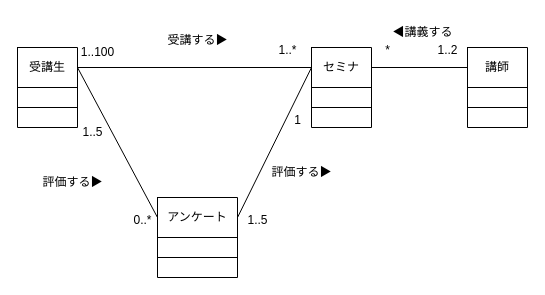
This is Lesson05/Lesson5-4.drawio from ucsaeki/UML_chonyumon, a draw.io file, before an edit. Source tidied: cells renumbered, new cells numbered last; positions are measured from the earlier drawing's top-left corner, leaving out a move shared by most shapes. Both pictures are drawn from the tidied source at 100%, with x=0, y=0 at pixel (17, 17).
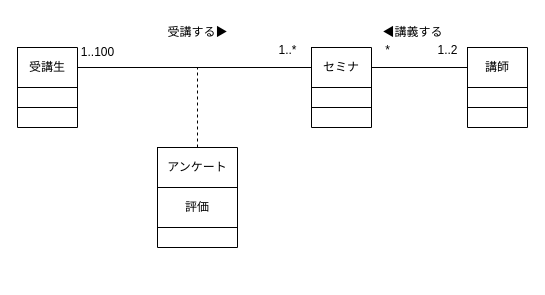
The same page after the edit.

Unchanged cells that the change refers to:
```xml
<mxCell id="3" style="shape=tableRow;horizontal=0;startSize=0;swimlaneHead=0;swimlaneBody=0;strokeColor=inherit;top=0;left=0;bottom=0;right=0;fillColor=none;points=[[0,0.5],[1,0.5]];portConstraint=eastwest;" parent="2" vertex="1">
  <mxGeometry width="60" height="40" as="geometry" />
</mxCell>
<mxCell id="10" style="shape=tableRow;horizontal=0;startSize=0;swimlaneHead=0;swimlaneBody=0;strokeColor=inherit;top=0;left=0;bottom=0;right=0;fillColor=none;points=[[0,0.5],[1,0.5]];portConstraint=eastwest;" parent="9" vertex="1">
  <mxGeometry width="60" height="40" as="geometry" />
</mxCell>
<mxCell id="24" style="shape=tableRow;horizontal=0;startSize=0;swimlaneHead=0;swimlaneBody=0;strokeColor=inherit;top=0;left=0;bottom=0;right=0;fillColor=none;points=[[0,0.5],[1,0.5]];portConstraint=eastwest;" parent="23" vertex="1">
  <mxGeometry width="80" height="40" as="geometry" />
</mxCell>
```

The edit, as a diff of the source:
```diff
@@
     <mxCell id="23" style="shape=table;startSize=0;childLayout=tableLayout;" parent="1" vertex="1">
-      <mxGeometry x="140" y="180" width="80" height="80" as="geometry" />
+      <mxGeometry x="140" y="130" width="80" height="100" as="geometry" />
     </mxCell>
@@
     <mxCell id="26" style="shape=tableRow;horizontal=0;startSize=0;swimlaneHead=0;swimlaneBody=0;strokeColor=inherit;top=0;left=0;bottom=0;right=0;fillColor=none;" parent="23" vertex="1">
-      <mxGeometry y="40" width="80" height="20" as="geometry" />
+      <mxGeometry y="40" width="80" height="40" as="geometry" />
     </mxCell>
-    <mxCell id="27" style="shape=partialRectangle;html=1;whiteSpace=wrap;strokeColor=inherit;overflow=hidden;fillColor=none;top=0;left=0;bottom=0;right=0;" parent="26" vertex="1">
-      <mxGeometry width="80" height="20" as="geometry" />
+    <mxCell id="27" value="評価" style="shape=partialRectangle;html=1;whiteSpace=wrap;strokeColor=inherit;overflow=hidden;fillColor=none;top=0;left=0;bottom=0;right=0;" parent="26" vertex="1">
+      <mxGeometry width="80" height="40" as="geometry" />
     </mxCell>
     <mxCell id="28" style="shape=tableRow;horizontal=0;startSize=0;swimlaneHead=0;swimlaneBody=0;strokeColor=inherit;top=0;left=0;bottom=0;right=0;fillColor=none;" parent="23" vertex="1">
-      <mxGeometry y="60" width="80" height="20" as="geometry" />
+      <mxGeometry y="80" width="80" height="20" as="geometry" />
     </mxCell>
@@
-    <mxCell id="32" style="rounded=0;jettySize=auto;html=1;exitX=1;exitY=0.5;exitDx=0;exitDy=0;entryX=0;entryY=0.5;entryDx=0;entryDy=0;endArrow=none;endFill=0;" parent="1" edge="1" source="3" target="24">
-      <mxGeometry relative="1" as="geometry" />
-    </mxCell>
-    <mxCell id="33" style="rounded=0;jettySize=auto;html=1;exitX=1;exitY=0.5;exitDx=0;exitDy=0;entryX=0;entryY=0.5;entryDx=0;entryDy=0;endArrow=none;endFill=0;" parent="1" edge="1" source="24" target="10">
-      <mxGeometry relative="1" as="geometry" />
-    </mxCell>
     <mxCell id="34" value="受講する▶" style="text;html=1;align=center;verticalAlign=middle;strokeColor=none;fillColor=none;" parent="1" vertex="1">
-      <mxGeometry x="140" y="8" width="80" height="30" as="geometry" />
+      <mxGeometry x="140" width="80" height="30" as="geometry" />
     </mxCell>
     <mxCell id="35" value="◀講義する" style="text;html=1;align=center;verticalAlign=middle;strokeColor=none;fillColor=none;" parent="1" vertex="1">
-      <mxGeometry x="365" width="80" height="30" as="geometry" />
+      <mxGeometry x="355" width="80" height="30" as="geometry" />
     </mxCell>
-    <mxCell id="36" value="評価する▶" style="text;html=1;align=center;verticalAlign=middle;strokeColor=none;fillColor=none;" parent="1" vertex="1">
-      <mxGeometry x="15" y="150" width="80" height="30" as="geometry" />
-    </mxCell>
-    <mxCell id="37" value="評価する▶" style="text;html=1;align=center;verticalAlign=middle;strokeColor=none;fillColor=none;" parent="1" vertex="1">
-      <mxGeometry x="244" y="140" width="80" height="30" as="geometry" />
-    </mxCell>
@@
-    <mxCell id="42" value="1..5" style="text;html=1;align=center;verticalAlign=middle;strokeColor=none;fillColor=none;" parent="1" vertex="1">
-      <mxGeometry x="55" y="100" width="40" height="30" as="geometry" />
-    </mxCell>
-    <mxCell id="43" value="0..*" style="text;html=1;align=center;verticalAlign=middle;strokeColor=none;fillColor=none;" parent="1" vertex="1">
-      <mxGeometry x="105" y="188" width="40" height="30" as="geometry" />
-    </mxCell>
-    <mxCell id="44" value="1" style="text;html=1;align=center;verticalAlign=middle;strokeColor=none;fillColor=none;" parent="1" vertex="1">
-      <mxGeometry x="265" y="88" width="30" height="30" as="geometry" />
-    </mxCell>
-    <mxCell id="45" value="1..5" style="text;html=1;align=center;verticalAlign=middle;strokeColor=none;fillColor=none;" parent="1" vertex="1">
-      <mxGeometry x="220" y="188" width="40" height="30" as="geometry" />
-    </mxCell>
+    <mxCell id="46" style="endArrow=none;dashed=1;html=1;rounded=0;" parent="1" edge="1">
+      <mxGeometry relative="1" as="geometry">
+        <mxPoint x="180" y="130" as="sourcePoint" />
+        <mxPoint x="180" y="50" as="targetPoint" />
+      </mxGeometry>
+    </mxCell>
```
